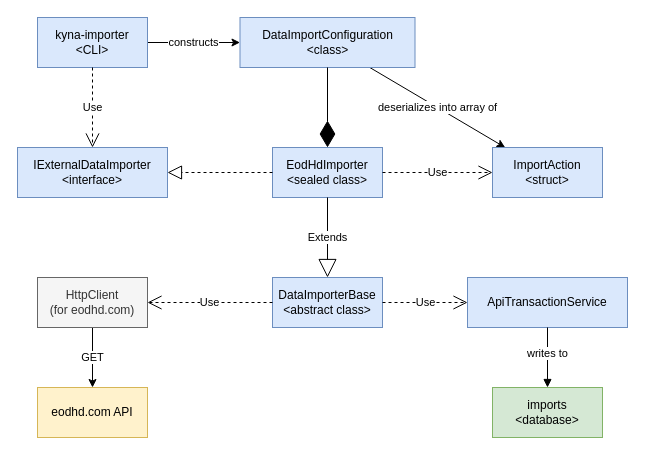
This is page "Eodhd.com Data Import" (4 of 8) of docs/drawio/Kyna.drawio from vicsharp-shibusa/kyna, a draw.io file, before an edit. Source tidied: cells renumbered, new cells numbered last; positions are measured from the earlier drawing's top-left corner, leaving out a move shared by most shapes. Both pictures are drawn from the tidied source at 100%, with x=0, y=0 at pixel (17, 17).
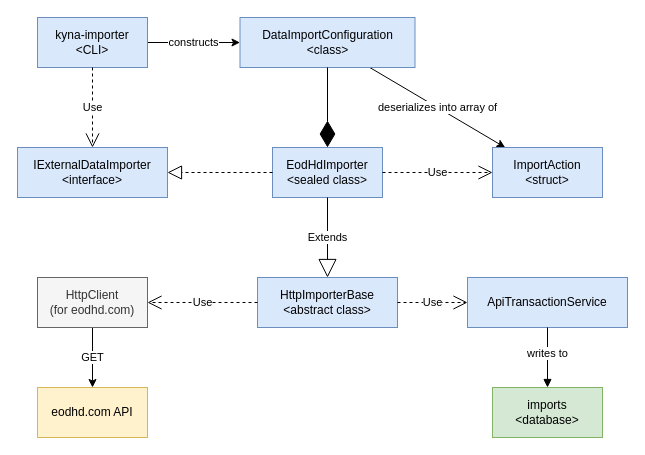
The same page after the edit.

Change to the diagram source:
```diff
@@
-    <mxCell id="12" value="DataImporterBase&lt;br&gt;&amp;lt;abstract class&amp;gt;" style="html=1;whiteSpace=wrap;fillColor=#dae8fc;strokeColor=#6c8ebf;" parent="1" vertex="1">
-      <mxGeometry x="255" y="260" width="110" height="50" as="geometry" />
+    <mxCell id="12" value="&lt;div&gt;&lt;span style=&quot;background-color: initial;&quot;&gt;HttpImporterBase&lt;/span&gt;&lt;br&gt;&lt;/div&gt;&amp;lt;abstract class&amp;gt;" style="html=1;whiteSpace=wrap;fillColor=#dae8fc;strokeColor=#6c8ebf;" parent="1" vertex="1">
+      <mxGeometry x="240" y="260" width="140" height="50" as="geometry" />
     </mxCell>
```
